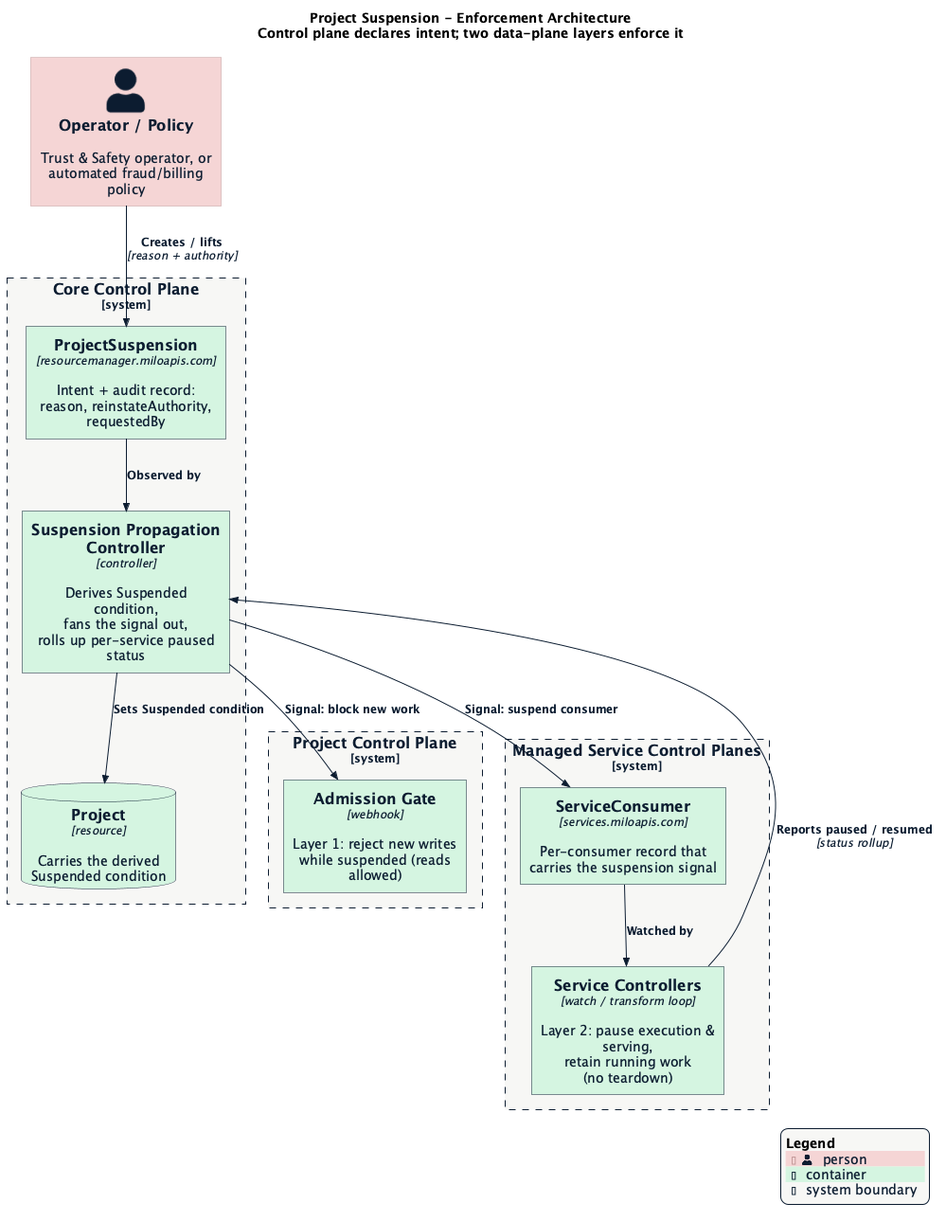
The PlantUML diagram enhancements/platform/project-suspension/enforcement-architecture.png in datum-cloud/enhancements, before a commit.
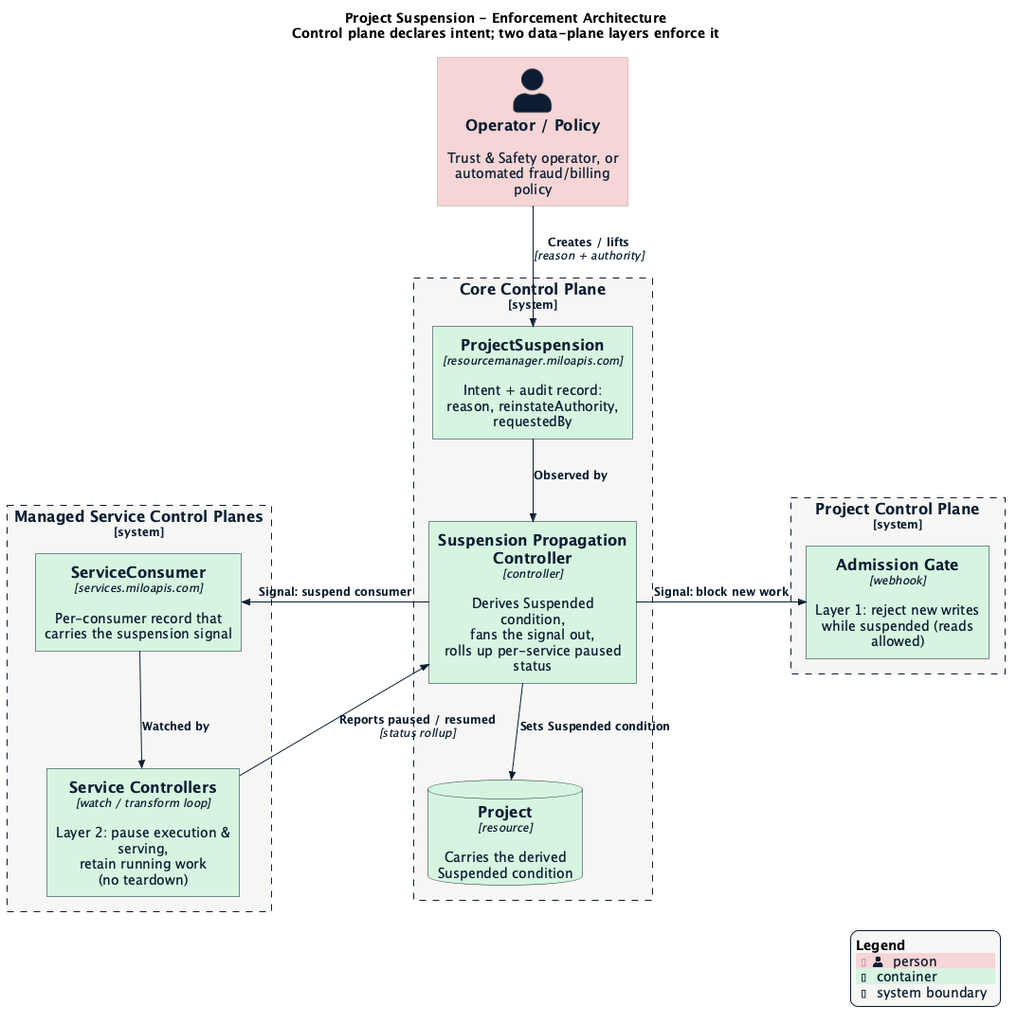
Later version of the same file.

Commit message:
docs(project-suspension): move Managed Services box to the left in the C4 diagram

Declaring the Managed Service Control Planes boundary before Core ranks it to
the left, giving a balanced layout: services (left) — Core (center) — Project
Control Plane / admission (right). Both enforcement signals now run straight out
of the propagation controller instead of arcing across the top.

The edit, as a diff of the source:
```diff
@@ -6,6 +6,11 @@
 title Project Suspension - Enforcement Architecture\nControl plane declares intent; two data-plane layers enforce it
 
 Person(operator, "Operator / Policy", "Trust & Safety operator, or automated fraud/billing policy")
+
+System_Boundary(services, "Managed Service Control Planes") {
+    Container(consumer_rec, "ServiceConsumer", "services.miloapis.com", "Per-consumer record that\ncarries the suspension signal")
+    Container(svcctrl, "Service Controllers", "watch / transform loop", "Layer 2: pause execution & serving,\nretain running work\n(no teardown)")
+}
 
 System_Boundary(core, "Core Control Plane") {
     Container(suspension_api, "ProjectSuspension", "resourcemanager.miloapis.com", "Intent + audit record:\nreason, reinstateAuthority, requestedBy")
@@ -17,18 +22,13 @@
     Container(admission, "Admission Gate", "webhook", "Layer 1: reject new writes\nwhile suspended (reads allowed)")
 }
 
-System_Boundary(services, "Managed Service Control Planes") {
-    Container(consumer_rec, "ServiceConsumer", "services.miloapis.com", "Per-consumer record that\ncarries the suspension signal")
-    Container(svcctrl, "Service Controllers", "watch / transform loop", "Layer 2: pause execution & serving,\nretain running work\n(no teardown)")
-}
-
 Rel_D(operator, suspension_api, "Creates / lifts", "reason + authority")
 Rel_D(suspension_api, propagation, "Observed by")
 Rel(propagation, project, "Sets Suspended condition")
 
-Rel_D(propagation, admission, "Signal: block new work")
-Rel_D(propagation, consumer_rec, "Signal: suspend consumer")
-Rel(consumer_rec, svcctrl, "Watched by")
+Rel_R(propagation, admission, "Signal: block new work")
+Rel_L(propagation, consumer_rec, "Signal: suspend consumer")
+Rel_D(consumer_rec, svcctrl, "Watched by")
 
 Rel_U(svcctrl, propagation, "Reports paused / resumed", "status rollup")
 
```
